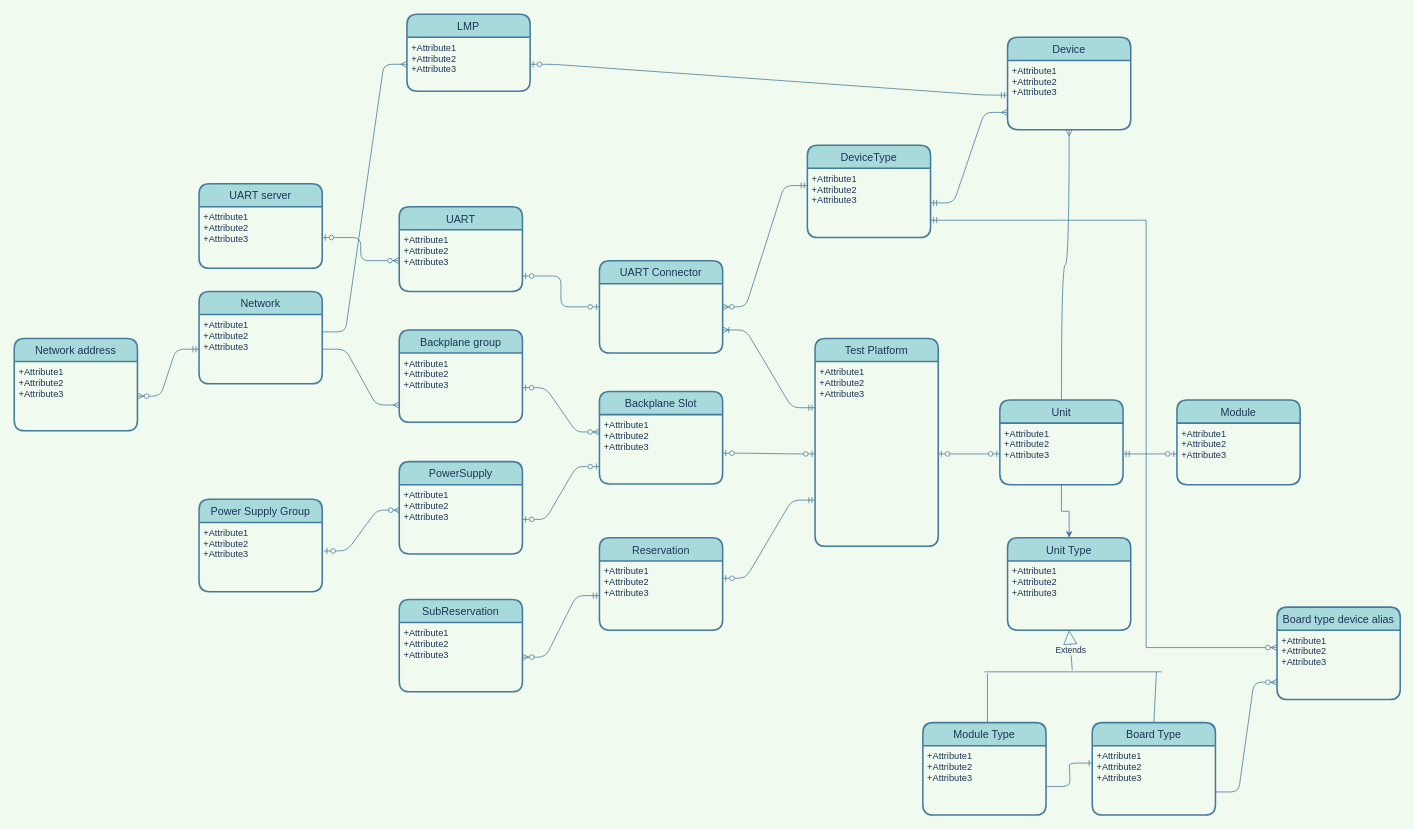
This is page "Page-1" (1 of 2) of LabManager/ConfManager/models/PlatformConfig.drawio from cygerior/LabManager, a draw.io file, before an edit. Source tidied: cells renumbered, new cells numbered last; positions are measured from the earlier drawing's top-left corner, leaving out a move shared by most shapes. Both pictures are drawn from the tidied source at 77%, with x=0, y=0 at pixel (14, 14).
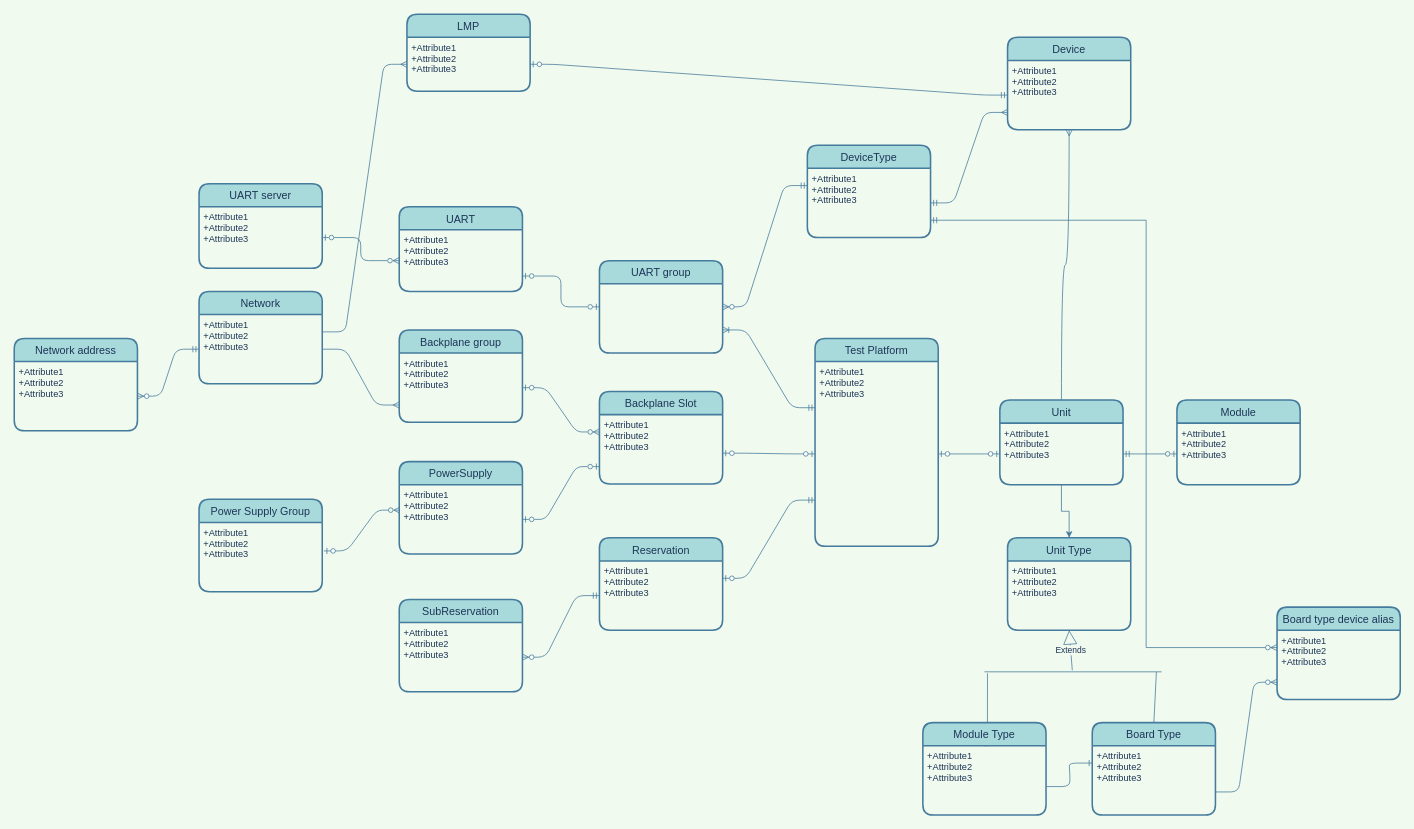
Above is the later version.

Diff of the diagram source:
```diff
@@
-    <mxCell id="38" value="UART Connector" style="swimlane;horizontal=1;startSize=30;rounded=1;fontSize=14;fontStyle=0;strokeWidth=2;shadow=0;dashed=0;align=center;fillColor=#A8DADC;strokeColor=#457B9D;fontColor=#1D3557;" parent="1" vertex="1">
+    <mxCell id="38" value="UART group" style="swimlane;horizontal=1;startSize=30;rounded=1;fontSize=14;fontStyle=0;strokeWidth=2;shadow=0;dashed=0;align=center;fillColor=#A8DADC;strokeColor=#457B9D;fontColor=#1D3557;" parent="1" vertex="1">
       <mxGeometry x="760" y="320" width="160" height="120" as="geometry" />
     </mxCell>
```
